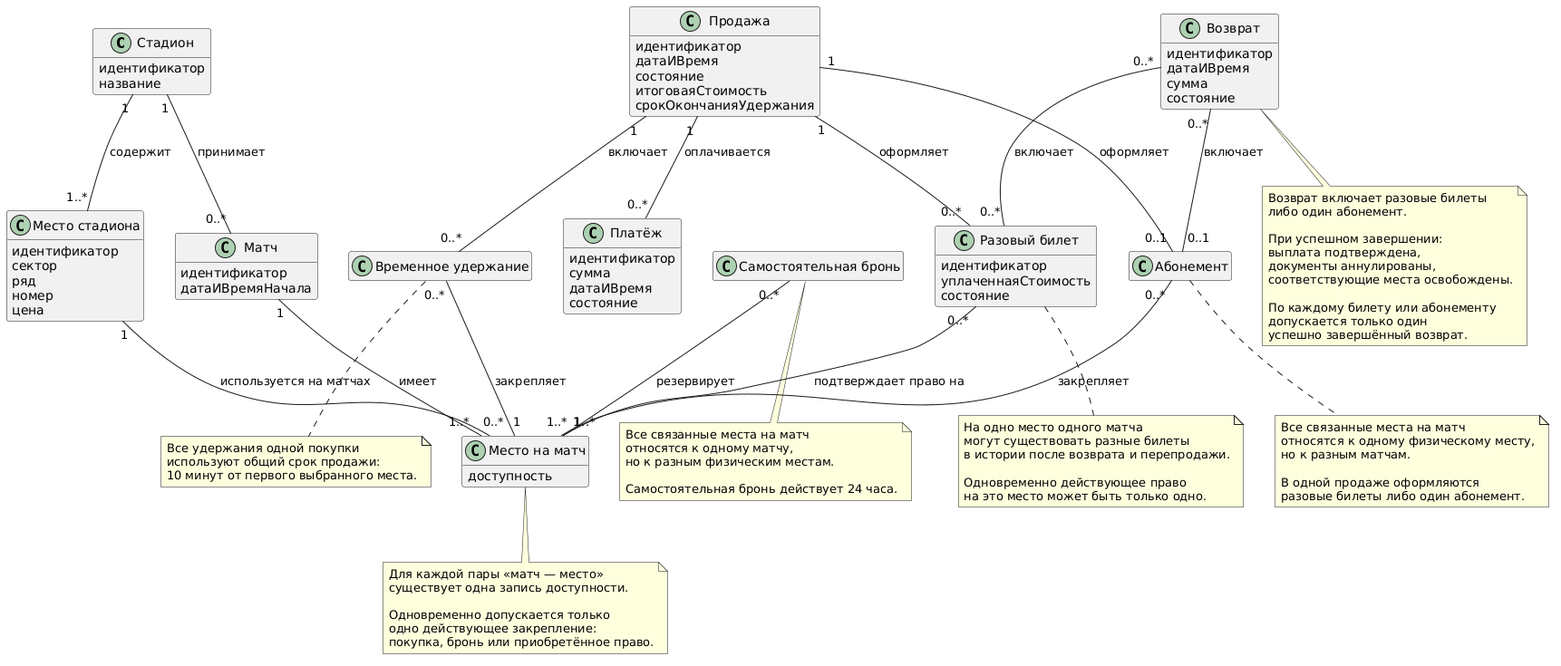
Before: Модель предметной области.png, a diagram exported from PlantUML (penamarth/-bsbo-10-24_team3_var10_football).
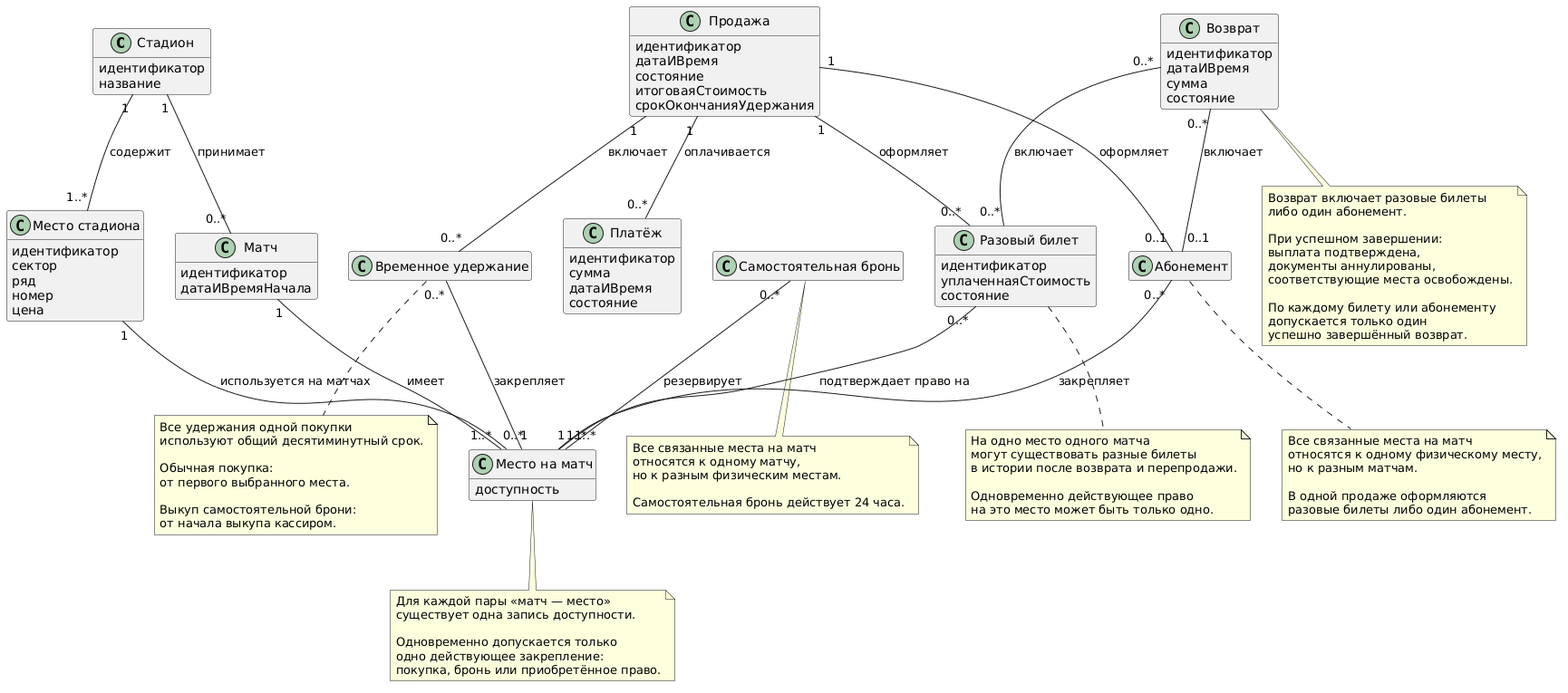
Above is the later version.

Diff of the diagram source:
```diff
@@ -82,8 +82,13 @@
 
 note bottom of Hold
   Все удержания одной покупки
-  используют общий срок продажи:
-  10 минут от первого выбранного места.
+  используют общий десятиминутный срок.
+
+  Обычная покупка:
+  от первого выбранного места.
+
+  Выкуп самостоятельной брони:
+  от начала выкупа кассиром.
 end note
 
 note bottom of Ticket
```
